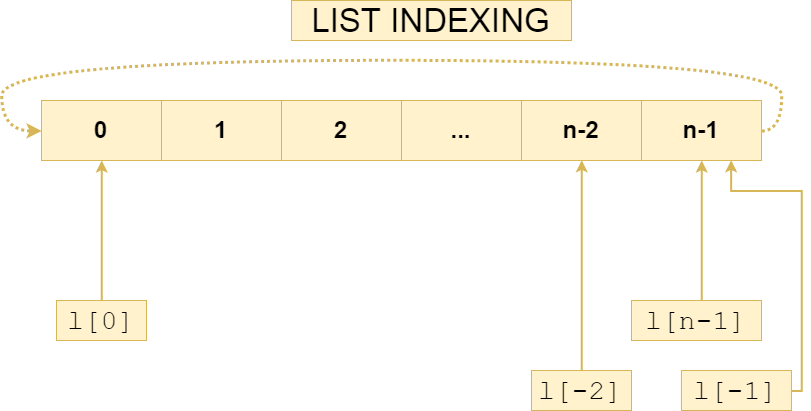
Earlier version of the draw.io export img/lists.png (stonecharioteer/python_training). Source tidied: cells renumbered, new cells last; positions are measured from the earlier drawing's top-left corner, leaving out a move shared by most shapes.
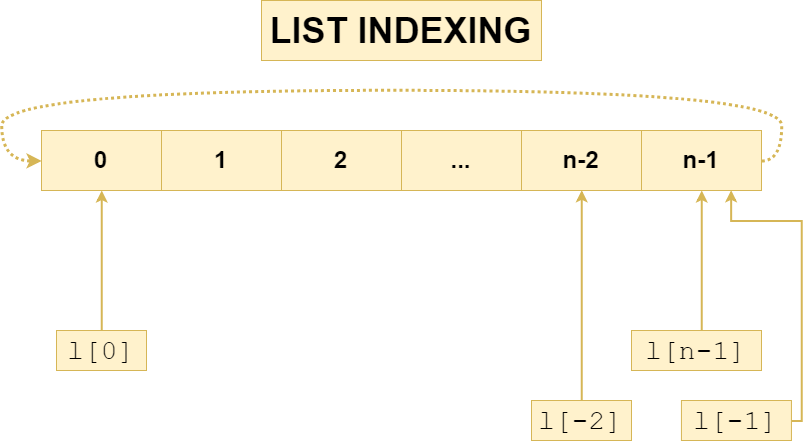
Above is the later version.

Commit message:
Added transparency and color.

Change to the diagram source:
```diff
@@ -30,8 +30,8 @@
     <mxCell id="8" value="n-1" style="rounded=0;whiteSpace=wrap;html=1;fillColor=#fff2cc;strokeColor=#d6b656;fontSize=24;fontStyle=1;" parent="1" vertex="1">
       <mxGeometry x="640" y="100" width="120" height="60" as="geometry" />
     </mxCell>
-    <mxCell id="9" value="LIST INDEXING&lt;br style=&quot;font-size: 33px;&quot;&gt;" style="text;html=1;strokeColor=#d6b656;fillColor=#fff2cc;align=center;verticalAlign=middle;whiteSpace=wrap;rounded=0;fontSize=33;" parent="1" vertex="1">
-      <mxGeometry x="290" width="280" height="40" as="geometry" />
+    <mxCell id="9" value="LIST INDEXING&lt;br style=&quot;font-size: 36px;&quot;&gt;" style="text;html=1;strokeColor=#d6b656;fillColor=#fff2cc;align=center;verticalAlign=middle;whiteSpace=wrap;rounded=0;fontSize=36;fontStyle=1;" parent="1" vertex="1">
+      <mxGeometry x="260" y="-30" width="280" height="60" as="geometry" />
     </mxCell>
     <mxCell id="10" style="edgeStyle=orthogonalEdgeStyle;rounded=0;jettySize=auto;html=1;startArrow=none;startFill=0;endArrow=classic;endFill=1;strokeWidth=2;fontSize=33;fillColor=#fff2cc;strokeColor=#d6b656;" parent="1" edge="1" source="11" target="2">
       <mxGeometry relative="1" as="geometry" />
```
